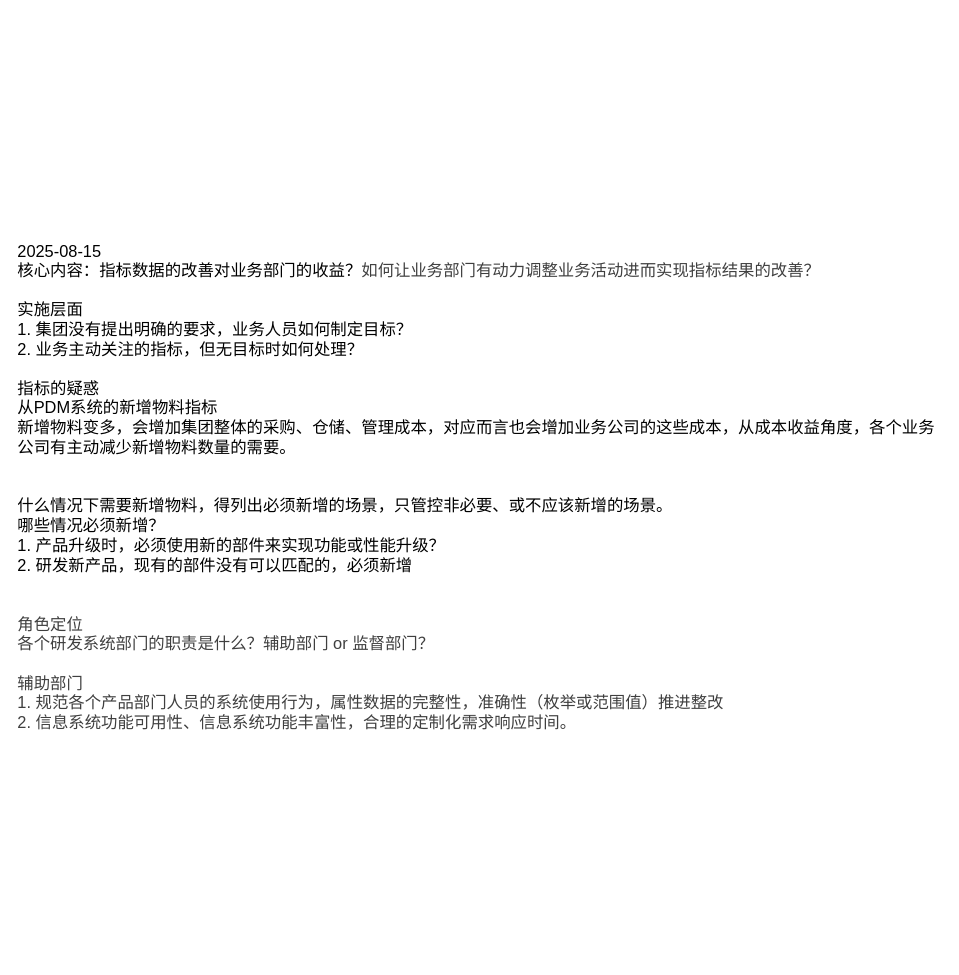
Earlier version of the draw.io diagram page "问题讨论" (4 of 4) of 指标制定流程.drawio (fxfng/hello-world). Source tidied: cells renumbered, new cells numbered last; positions are measured from the earlier drawing's top-left corner, leaving out a move shared by most shapes. Both pictures are drawn from the tidied source at 91%, with x=0, y=0 at pixel (15, 460).
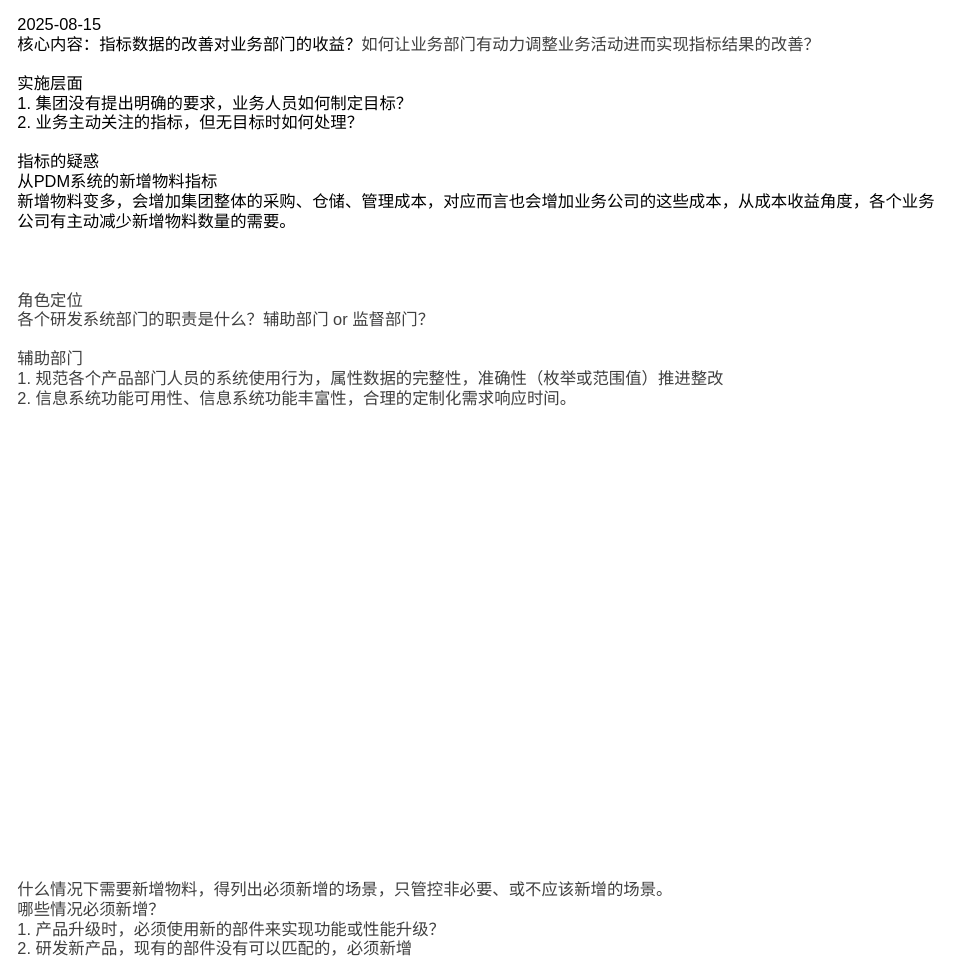
Above is the later version.

The edit, as a diff of the source:
```diff
@@
 <mxGraphModel>
   <root>
     <mxCell id="0" />
     <mxCell id="1" parent="0" />
-    <mxCell id="2" value="&lt;div&gt;2025-08-15&lt;/div&gt;&lt;div&gt;核心内容：指标数据的改善对业务部门的收益？&lt;span style=&quot;color: rgb(63, 63, 63); background-color: transparent;&quot;&gt;如何让&lt;/span&gt;&lt;span style=&quot;color: rgb(63, 63, 63); background-color: transparent;&quot;&gt;业务部门有动力调整业务活动进而实现指标结果的改善？&lt;/span&gt;&lt;/div&gt;&lt;div&gt;&lt;br&gt;&lt;/div&gt;&lt;div&gt;实施层面&lt;/div&gt;&lt;div&gt;1. 集团没有提出明确的要求，业务人员如何制定目标？&lt;/div&gt;&lt;div&gt;2. 业务主动关注的指标，但无目标时如何处理？&lt;/div&gt;&lt;div&gt;&lt;br&gt;&lt;/div&gt;&lt;div&gt;指标的疑惑&lt;/div&gt;&lt;div&gt;从PDM系统的新增物料指标&lt;/div&gt;&lt;div&gt;新增物料变多，会增加集团整体的采购、仓储、管理成本，对应而言也会增加业务公司的这些成本，从成本收益角度，各个业务公司有主动减少新增物料数量的需要。&lt;/div&gt;&lt;div&gt;&lt;br&gt;&lt;/div&gt;&lt;div&gt;&lt;br&gt;&lt;/div&gt;&lt;div&gt;什么情况下需要新增物料，得列出必须新增的场景，只管控非必要、或不应该新增的场景。&lt;/div&gt;&lt;div&gt;哪些情况必须新增？&lt;/div&gt;&lt;div&gt;1. 产品升级时，必须使用新的部件来实现功能或性能升级？&lt;/div&gt;&lt;div&gt;2. 研发新产品，现有的部件没有可以匹配的，必须新增&lt;/div&gt;&lt;div&gt;&lt;br&gt;&lt;/div&gt;&lt;div&gt;&lt;br&gt;&lt;/div&gt;&lt;div&gt;&lt;div style=&quot;color: rgb(63, 63, 63); scrollbar-color: rgb(226, 226, 226) rgb(251, 251, 251);&quot;&gt;角色定位&lt;/div&gt;&lt;div style=&quot;color: rgb(63, 63, 63); scrollbar-color: rgb(226, 226, 226) rgb(251, 251, 251);&quot;&gt;各个研发系统部门的职责是什么？辅助部门 or 监督部门？&lt;/div&gt;&lt;/div&gt;&lt;div style=&quot;color: rgb(63, 63, 63); scrollbar-color: rgb(226, 226, 226) rgb(251, 251, 251);&quot;&gt;&lt;br&gt;&lt;/div&gt;&lt;div style=&quot;color: rgb(63, 63, 63); scrollbar-color: rgb(226, 226, 226) rgb(251, 251, 251);&quot;&gt;辅助部门&lt;/div&gt;&lt;div style=&quot;color: rgb(63, 63, 63); scrollbar-color: rgb(226, 226, 226) rgb(251, 251, 251);&quot;&gt;1. 规范各个产品部门人员的系统使用行为，属性数据的完整性，准确性（枚举或范围值）推进整改&lt;/div&gt;&lt;div style=&quot;color: rgb(63, 63, 63); scrollbar-color: rgb(226, 226, 226) rgb(251, 251, 251);&quot;&gt;2. 信息系统功能可用性、信息系统功能丰富性，合理的定制化需求响应时间。&lt;/div&gt;" style="text;html=1;align=left;verticalAlign=middle;whiteSpace=wrap;rounded=0;fontSize=18;" parent="1" vertex="1">
+    <mxCell id="2" value="&lt;div&gt;2025-08-15&lt;/div&gt;&lt;div&gt;核心内容：指标数据的改善对业务部门的收益？&lt;span style=&quot;color: rgb(63, 63, 63); background-color: transparent;&quot;&gt;如何让&lt;/span&gt;&lt;span style=&quot;color: rgb(63, 63, 63); background-color: transparent;&quot;&gt;业务部门有动力调整业务活动进而实现指标结果的改善？&lt;/span&gt;&lt;/div&gt;&lt;div&gt;&lt;br&gt;&lt;/div&gt;&lt;div&gt;实施层面&lt;/div&gt;&lt;div&gt;1. 集团没有提出明确的要求，业务人员如何制定目标？&lt;/div&gt;&lt;div&gt;2. 业务主动关注的指标，但无目标时如何处理？&lt;/div&gt;&lt;div&gt;&lt;br&gt;&lt;/div&gt;&lt;div&gt;指标的疑惑&lt;/div&gt;&lt;div&gt;从PDM系统的新增物料指标&lt;/div&gt;&lt;div&gt;新增物料变多，会增加集团整体的采购、仓储、管理成本，对应而言也会增加业务公司的这些成本，从成本收益角度，各个业务公司有主动减少新增物料数量的需要。&lt;/div&gt;&lt;div&gt;&lt;br&gt;&lt;/div&gt;&lt;div&gt;&lt;br&gt;&lt;/div&gt;&lt;div&gt;&lt;br&gt;&lt;/div&gt;&lt;div&gt;&lt;div style=&quot;color: rgb(63, 63, 63); scrollbar-color: rgb(226, 226, 226) rgb(251, 251, 251);&quot;&gt;角色定位&lt;/div&gt;&lt;div style=&quot;color: rgb(63, 63, 63); scrollbar-color: rgb(226, 226, 226) rgb(251, 251, 251);&quot;&gt;各个研发系统部门的职责是什么？辅助部门 or 监督部门？&lt;/div&gt;&lt;/div&gt;&lt;div style=&quot;color: rgb(63, 63, 63); scrollbar-color: rgb(226, 226, 226) rgb(251, 251, 251);&quot;&gt;&lt;br&gt;&lt;/div&gt;&lt;div style=&quot;color: rgb(63, 63, 63); scrollbar-color: rgb(226, 226, 226) rgb(251, 251, 251);&quot;&gt;辅助部门&lt;/div&gt;&lt;div style=&quot;color: rgb(63, 63, 63); scrollbar-color: rgb(226, 226, 226) rgb(251, 251, 251);&quot;&gt;1. 规范各个产品部门人员的系统使用行为，属性数据的完整性，准确性（枚举或范围值）推进整改&lt;/div&gt;&lt;div style=&quot;color: rgb(63, 63, 63); scrollbar-color: rgb(226, 226, 226) rgb(251, 251, 251);&quot;&gt;2. 信息系统功能可用性、信息系统功能丰富性，合理的定制化需求响应时间。&lt;/div&gt;&lt;div style=&quot;color: rgb(63, 63, 63); scrollbar-color: rgb(226, 226, 226) rgb(251, 251, 251);&quot;&gt;&lt;br&gt;&lt;/div&gt;&lt;div style=&quot;color: rgb(63, 63, 63); scrollbar-color: rgb(226, 226, 226) rgb(251, 251, 251);&quot;&gt;&lt;br&gt;&lt;/div&gt;&lt;div style=&quot;color: rgb(63, 63, 63); scrollbar-color: rgb(226, 226, 226) rgb(251, 251, 251);&quot;&gt;&lt;br&gt;&lt;/div&gt;&lt;div style=&quot;color: rgb(63, 63, 63); scrollbar-color: rgb(226, 226, 226) rgb(251, 251, 251);&quot;&gt;&lt;br&gt;&lt;/div&gt;&lt;div style=&quot;color: rgb(63, 63, 63); scrollbar-color: rgb(226, 226, 226) rgb(251, 251, 251);&quot;&gt;&lt;br&gt;&lt;/div&gt;&lt;div style=&quot;color: rgb(63, 63, 63); scrollbar-color: rgb(226, 226, 226) rgb(251, 251, 251);&quot;&gt;&lt;br&gt;&lt;/div&gt;&lt;div style=&quot;color: rgb(63, 63, 63); scrollbar-color: rgb(226, 226, 226) rgb(251, 251, 251);&quot;&gt;&lt;br&gt;&lt;/div&gt;&lt;div style=&quot;color: rgb(63, 63, 63); scrollbar-color: rgb(226, 226, 226) rgb(251, 251, 251);&quot;&gt;&lt;br&gt;&lt;/div&gt;&lt;div style=&quot;color: rgb(63, 63, 63); scrollbar-color: rgb(226, 226, 226) rgb(251, 251, 251);&quot;&gt;&lt;br&gt;&lt;/div&gt;&lt;div style=&quot;color: rgb(63, 63, 63); scrollbar-color: rgb(226, 226, 226) rgb(251, 251, 251);&quot;&gt;&lt;br&gt;&lt;/div&gt;&lt;div style=&quot;color: rgb(63, 63, 63); scrollbar-color: rgb(226, 226, 226) rgb(251, 251, 251);&quot;&gt;&lt;br&gt;&lt;/div&gt;&lt;div style=&quot;color: rgb(63, 63, 63); scrollbar-color: rgb(226, 226, 226) rgb(251, 251, 251);&quot;&gt;&lt;br&gt;&lt;/div&gt;&lt;div style=&quot;color: rgb(63, 63, 63); scrollbar-color: rgb(226, 226, 226) rgb(251, 251, 251);&quot;&gt;&lt;br&gt;&lt;/div&gt;&lt;div style=&quot;color: rgb(63, 63, 63); scrollbar-color: rgb(226, 226, 226) rgb(251, 251, 251);&quot;&gt;&lt;br&gt;&lt;/div&gt;&lt;div style=&quot;color: rgb(63, 63, 63); scrollbar-color: rgb(226, 226, 226) rgb(251, 251, 251);&quot;&gt;&lt;br&gt;&lt;/div&gt;&lt;div style=&quot;color: rgb(63, 63, 63); scrollbar-color: rgb(226, 226, 226) rgb(251, 251, 251);&quot;&gt;&lt;br&gt;&lt;/div&gt;&lt;div style=&quot;color: rgb(63, 63, 63); scrollbar-color: rgb(226, 226, 226) rgb(251, 251, 251);&quot;&gt;&lt;br&gt;&lt;/div&gt;&lt;div style=&quot;color: rgb(63, 63, 63); scrollbar-color: rgb(226, 226, 226) rgb(251, 251, 251);&quot;&gt;&lt;br&gt;&lt;/div&gt;&lt;div style=&quot;color: rgb(63, 63, 63); scrollbar-color: rgb(226, 226, 226) rgb(251, 251, 251);&quot;&gt;&lt;br&gt;&lt;/div&gt;&lt;div style=&quot;color: rgb(63, 63, 63); scrollbar-color: rgb(226, 226, 226) rgb(251, 251, 251);&quot;&gt;&lt;br&gt;&lt;/div&gt;&lt;div style=&quot;color: rgb(63, 63, 63); scrollbar-color: rgb(226, 226, 226) rgb(251, 251, 251);&quot;&gt;&lt;br&gt;&lt;/div&gt;&lt;div style=&quot;color: rgb(63, 63, 63); scrollbar-color: rgb(226, 226, 226) rgb(251, 251, 251);&quot;&gt;&lt;br&gt;&lt;/div&gt;&lt;div style=&quot;color: rgb(63, 63, 63); scrollbar-color: rgb(226, 226, 226) rgb(251, 251, 251);&quot;&gt;&lt;br&gt;&lt;/div&gt;&lt;div style=&quot;color: rgb(63, 63, 63); scrollbar-color: rgb(226, 226, 226) rgb(251, 251, 251);&quot;&gt;&lt;br&gt;&lt;/div&gt;&lt;div style=&quot;color: rgb(63, 63, 63); scrollbar-color: rgb(226, 226, 226) rgb(251, 251, 251);&quot;&gt;&lt;div style=&quot;color: rgb(63, 63, 63); scrollbar-color: rgb(226, 226, 226) rgb(251, 251, 251);&quot;&gt;什么情况下需要新增物料，得列出必须新增的场景，只管控非必要、或不应该新增的场景。&lt;/div&gt;&lt;div style=&quot;color: rgb(63, 63, 63); scrollbar-color: rgb(226, 226, 226) rgb(251, 251, 251);&quot;&gt;哪些情况必须新增？&lt;/div&gt;&lt;div style=&quot;color: rgb(63, 63, 63); scrollbar-color: rgb(226, 226, 226) rgb(251, 251, 251);&quot;&gt;1. 产品升级时，必须使用新的部件来实现功能或性能升级？&lt;/div&gt;&lt;div style=&quot;color: rgb(63, 63, 63); scrollbar-color: rgb(226, 226, 226) rgb(251, 251, 251);&quot;&gt;2. 研发新产品，现有的部件没有可以匹配的，必须新增&lt;/div&gt;&lt;/div&gt;" style="text;html=1;align=left;verticalAlign=middle;whiteSpace=wrap;rounded=0;fontSize=18;" parent="1" vertex="1">
       <mxGeometry width="1020" height="60" as="geometry" />
     </mxCell>
   </root>
 </mxGraphModel>
```
